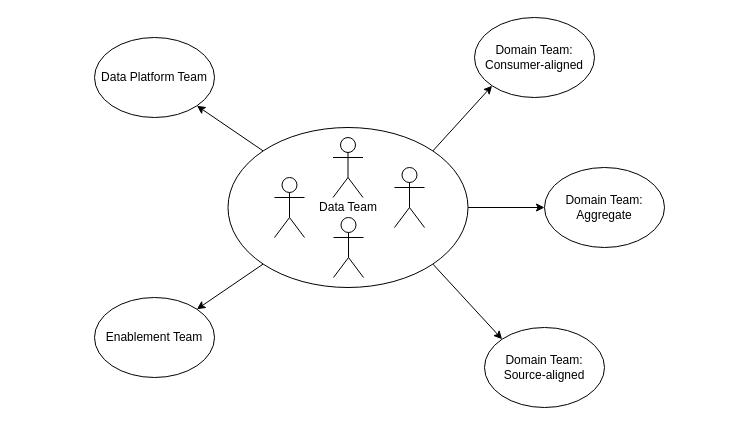
Above: diagrams/datateamjourney.drawio in datamesh-architecture/datamesh-architecture.com (draw.io), before the change. Source tidied: cells renumbered, new cells numbered last; positions are measured from the earlier drawing's top-left corner, leaving out a move shared by most shapes. Both pictures are drawn from the tidied source at 100%, with x=0, y=0 at pixel (94, 17).
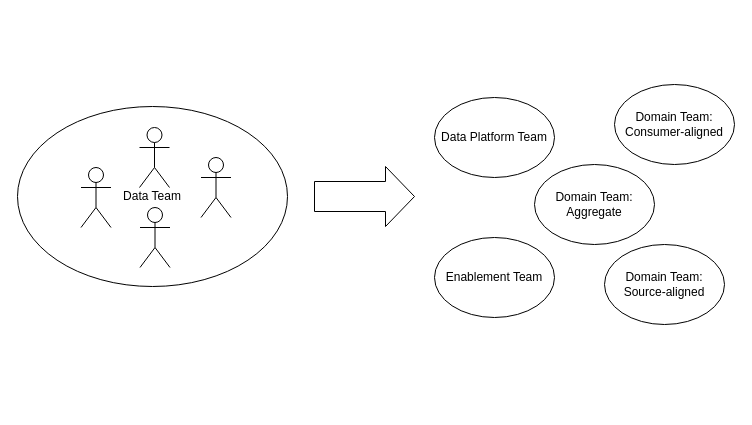
The same diagram, later.

What changed in the source:
```diff
@@
 <mxGraphModel>
   <root>
     <mxCell id="0" />
     <mxCell id="1" parent="0" />
-    <mxCell id="2" style="rounded=0;jettySize=auto;html=1;exitX=1;exitY=0;exitDx=0;exitDy=0;entryX=0;entryY=1;entryDx=0;entryDy=0;" parent="1" edge="1" source="7" target="8">
-      <mxGeometry relative="1" as="geometry" />
-    </mxCell>
-    <mxCell id="3" style="edgeStyle=none;rounded=0;jettySize=auto;html=1;exitX=1;exitY=0.5;exitDx=0;exitDy=0;entryX=0;entryY=0.5;entryDx=0;entryDy=0;" parent="1" edge="1" source="7" target="9">
-      <mxGeometry relative="1" as="geometry" />
-    </mxCell>
-    <mxCell id="4" style="edgeStyle=none;rounded=0;jettySize=auto;html=1;exitX=1;exitY=1;exitDx=0;exitDy=0;entryX=0;entryY=0;entryDx=0;entryDy=0;" parent="1" edge="1" source="7" target="10">
-      <mxGeometry relative="1" as="geometry" />
-    </mxCell>
-    <mxCell id="5" style="edgeStyle=none;rounded=0;jettySize=auto;html=1;exitX=0;exitY=0;exitDx=0;exitDy=0;entryX=1;entryY=1;entryDx=0;entryDy=0;" parent="1" edge="1" source="7" target="11">
-      <mxGeometry relative="1" as="geometry" />
-    </mxCell>
-    <mxCell id="6" style="edgeStyle=none;rounded=0;jettySize=auto;html=1;exitX=0;exitY=1;exitDx=0;exitDy=0;entryX=1;entryY=0;entryDx=0;entryDy=0;" parent="1" edge="1" source="7" target="12">
-      <mxGeometry relative="1" as="geometry" />
-    </mxCell>
     <mxCell id="7" value="Data Team" style="ellipse;whiteSpace=wrap;html=1;" parent="1" vertex="1">
-      <mxGeometry x="133.5" y="110" width="240" height="160" as="geometry" />
+      <mxGeometry x="-77" y="89" width="270" height="180" as="geometry" />
     </mxCell>
     <mxCell id="8" value="Domain Team:&lt;br&gt;Consumer-aligned" style="ellipse;whiteSpace=wrap;html=1;" parent="1" vertex="1">
-      <mxGeometry x="380" width="120" height="80" as="geometry" />
+      <mxGeometry x="520" y="67" width="120" height="80" as="geometry" />
     </mxCell>
     <mxCell id="9" value="Domain Team:&lt;br&gt;Aggregate" style="ellipse;whiteSpace=wrap;html=1;" parent="1" vertex="1">
-      <mxGeometry x="450" y="150" width="120" height="80" as="geometry" />
+      <mxGeometry x="440" y="147" width="120" height="80" as="geometry" />
     </mxCell>
     <mxCell id="10" value="Domain Team:&lt;br&gt;Source-aligned" style="ellipse;whiteSpace=wrap;html=1;" parent="1" vertex="1">
-      <mxGeometry x="390" y="310" width="120" height="80" as="geometry" />
+      <mxGeometry x="510" y="227" width="120" height="80" as="geometry" />
     </mxCell>
     <mxCell id="11" value="Data Platform Team" style="ellipse;whiteSpace=wrap;html=1;" parent="1" vertex="1">
-      <mxGeometry y="20" width="120" height="80" as="geometry" />
+      <mxGeometry x="340" y="80" width="120" height="80" as="geometry" />
     </mxCell>
     <mxCell id="12" value="Enablement Team" style="ellipse;whiteSpace=wrap;html=1;" parent="1" vertex="1">
-      <mxGeometry y="280" width="120" height="80" as="geometry" />
+      <mxGeometry x="340" y="220" width="120" height="80" as="geometry" />
     </mxCell>
     <mxCell id="13" style="shape=umlActor;verticalLabelPosition=bottom;verticalAlign=top;html=1;" parent="1" vertex="1">
-      <mxGeometry x="180" y="160" width="30" height="60" as="geometry" />
+      <mxGeometry x="-13.5" y="150" width="30" height="60" as="geometry" />
     </mxCell>
     <mxCell id="14" style="shape=umlActor;verticalLabelPosition=bottom;verticalAlign=top;html=1;" parent="1" vertex="1">
-      <mxGeometry x="300" y="150" width="30" height="60" as="geometry" />
+      <mxGeometry x="106.5" y="140" width="30" height="60" as="geometry" />
     </mxCell>
     <mxCell id="15" style="shape=umlActor;verticalLabelPosition=bottom;verticalAlign=top;html=1;" parent="1" vertex="1">
-      <mxGeometry x="238.5" y="120" width="30" height="60" as="geometry" />
+      <mxGeometry x="45" y="110" width="30" height="60" as="geometry" />
     </mxCell>
     <mxCell id="16" style="shape=umlActor;verticalLabelPosition=bottom;verticalAlign=top;html=1;" parent="1" vertex="1">
-      <mxGeometry x="239" y="200" width="30" height="60" as="geometry" />
+      <mxGeometry x="45.5" y="190" width="30" height="60" as="geometry" />
     </mxCell>
+    <mxCell id="17" style="shape=singleArrow;whiteSpace=wrap;html=1;arrowWidth=0.5;arrowSize=0.29;" parent="1" vertex="1">
+      <mxGeometry x="220" y="149" width="100" height="60" as="geometry" />
+    </mxCell>
   </root>
 </mxGraphModel>
```
